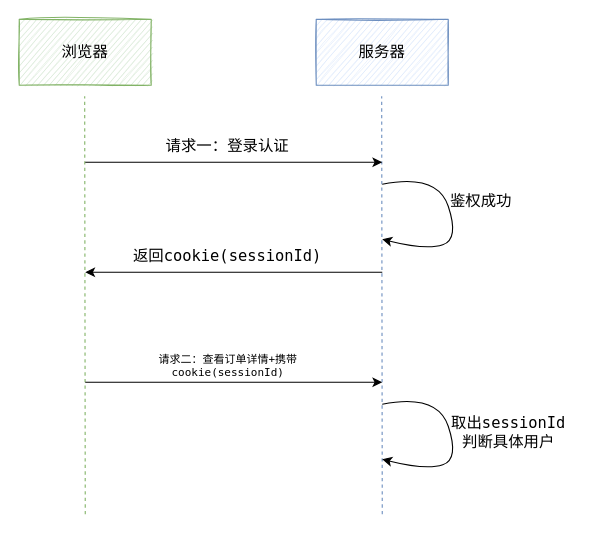
Earlier version of the draw.io diagram 未命名绘图.drawio (xiaochuang50/gittest). Source tidied: cells renumbered, new cells numbered last; positions are measured from the earlier drawing's top-left corner, leaving out a move shared by most shapes. Both pictures are drawn from the tidied source at 110%, with x=0, y=0 at pixel (19, 19).
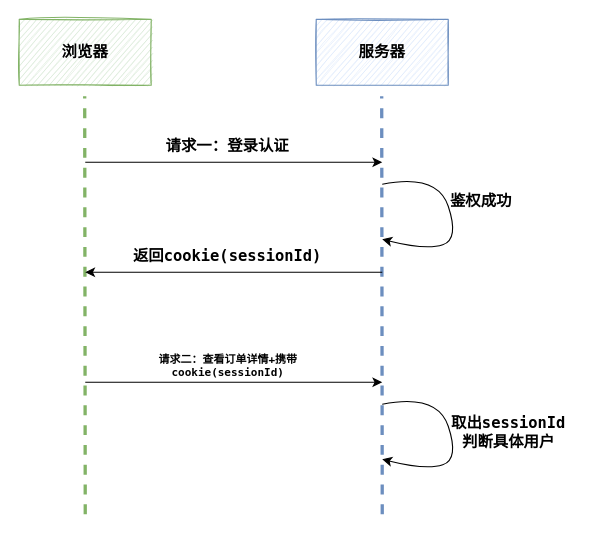
After the change.

Commit message (it also covers changes not shown here):
更新未命名绘图.drawio

Change to the diagram source:
```diff
@@
+    <mxCell id="16" style="group;fontStyle=1;" parent="1" vertex="1">
+      <mxGeometry width="500" height="450" as="geometry" />
+    </mxCell>
-    <mxCell id="2" value="浏览器" style="rounded=0;whiteSpace=wrap;html=1;fontFamily=Lucida Console;fillColor=#d5e8d4;strokeColor=#82b366;sketch=1;fontSize=14;" parent="1" vertex="1">
+    <mxCell id="2" value="浏览器" style="rounded=0;whiteSpace=wrap;html=1;fontFamily=Lucida Console;fillColor=#d5e8d4;strokeColor=#82b366;sketch=1;fontSize=14;fontStyle=1;" parent="16" vertex="1">
       <mxGeometry width="120" height="60" as="geometry" />
     </mxCell>
-    <mxCell id="3" style="endArrow=none;html=1;rounded=0;dashed=1;fontFamily=Lucida Console;fillColor=#d5e8d4;strokeColor=#82b366;fontSize=14;" parent="1" edge="1">
+    <mxCell id="3" style="endArrow=none;html=1;rounded=0;dashed=1;fontFamily=Lucida Console;fillColor=#d5e8d4;strokeColor=#82b366;fontSize=14;fontStyle=1;strokeWidth=3;" parent="16" edge="1">
       <mxGeometry relative="1" as="geometry">
         <mxPoint x="60" y="450" as="sourcePoint" />
         <mxPoint x="59.5" y="70" as="targetPoint" />
       </mxGeometry>
     </mxCell>
-    <mxCell id="4" value="服务器" style="rounded=0;whiteSpace=wrap;html=1;fontFamily=Lucida Console;fillColor=#dae8fc;strokeColor=#6c8ebf;sketch=1;fontSize=14;" parent="1" vertex="1">
+    <mxCell id="4" value="服务器" style="rounded=0;whiteSpace=wrap;html=1;fontFamily=Lucida Console;fillColor=#dae8fc;strokeColor=#6c8ebf;sketch=1;fontSize=14;fontStyle=1;" parent="16" vertex="1">
       <mxGeometry x="270" width="120" height="60" as="geometry" />
     </mxCell>
-    <mxCell id="5" style="endArrow=none;html=1;rounded=0;dashed=1;fontFamily=Lucida Console;fillColor=#dae8fc;strokeColor=#6c8ebf;fontSize=14;" parent="1" edge="1">
+    <mxCell id="5" style="endArrow=none;html=1;rounded=0;dashed=1;fontFamily=Lucida Console;fillColor=#dae8fc;strokeColor=#6c8ebf;fontSize=14;fontStyle=1;strokeWidth=3;" parent="16" edge="1">
       <mxGeometry relative="1" as="geometry">
         <mxPoint x="330" y="450" as="sourcePoint" />
         <mxPoint x="329.5" y="70" as="targetPoint" />
       </mxGeometry>
     </mxCell>
-    <mxCell id="6" style="endArrow=classic;html=1;rounded=0;targetPerimeterSpacing=0;startArrow=none;startFill=0;endFill=1;fontFamily=Lucida Console;fontSize=14;" parent="1" edge="1">
+    <mxCell id="6" style="endArrow=classic;html=1;rounded=0;targetPerimeterSpacing=0;startArrow=none;startFill=0;endFill=1;fontFamily=Lucida Console;fontSize=14;fontStyle=1;" parent="16" edge="1">
       <mxGeometry relative="1" as="geometry">
         <mxPoint x="60" y="130" as="sourcePoint" />
         <mxPoint x="330" y="130" as="targetPoint" />
       </mxGeometry>
     </mxCell>
-    <mxCell id="7" style="endArrow=none;html=1;rounded=0;targetPerimeterSpacing=0;startArrow=classic;startFill=1;endFill=0;fontFamily=Lucida Console;fontSize=14;" parent="1" edge="1">
+    <mxCell id="7" style="endArrow=none;html=1;rounded=0;targetPerimeterSpacing=0;startArrow=classic;startFill=1;endFill=0;fontFamily=Lucida Console;fontSize=14;fontStyle=1;" parent="16" edge="1">
       <mxGeometry relative="1" as="geometry">
         <mxPoint x="60" y="230" as="sourcePoint" />
         <mxPoint x="330" y="230" as="targetPoint" />
       </mxGeometry>
     </mxCell>
-    <mxCell id="8" style="endArrow=classic;html=1;rounded=0;targetPerimeterSpacing=0;startArrow=none;startFill=0;endFill=1;fontFamily=Lucida Console;fontSize=14;" parent="1" edge="1">
+    <mxCell id="8" style="endArrow=classic;html=1;rounded=0;targetPerimeterSpacing=0;startArrow=none;startFill=0;endFill=1;fontFamily=Lucida Console;fontSize=14;fontStyle=1;" parent="16" edge="1">
       <mxGeometry relative="1" as="geometry">
         <mxPoint x="60" y="330" as="sourcePoint" />
         <mxPoint x="330" y="330" as="targetPoint" />
       </mxGeometry>
     </mxCell>
-    <mxCell id="9" value="请求一：登录认证" style="text;html=1;strokeColor=none;fillColor=none;align=center;verticalAlign=middle;whiteSpace=wrap;rounded=0;fontFamily=Lucida Console;fontSize=14;" parent="1" vertex="1">
+    <mxCell id="9" value="请求一：登录认证" style="text;html=1;strokeColor=none;fillColor=none;align=center;verticalAlign=middle;whiteSpace=wrap;rounded=0;fontFamily=Lucida Console;fontSize=14;fontStyle=1;" parent="16" vertex="1">
       <mxGeometry x="130" y="100" width="119" height="30" as="geometry" />
     </mxCell>
-    <mxCell id="10" value="返回cookie(sessionId)" style="text;html=1;strokeColor=none;fillColor=none;align=center;verticalAlign=middle;whiteSpace=wrap;rounded=0;fontFamily=Lucida Console;fontSize=14;" parent="1" vertex="1">
+    <mxCell id="10" value="返回cookie(sessionId)" style="text;html=1;strokeColor=none;fillColor=none;align=center;verticalAlign=middle;whiteSpace=wrap;rounded=0;fontFamily=Lucida Console;fontSize=14;fontStyle=1;" parent="16" vertex="1">
       <mxGeometry x="94" y="200" width="191" height="30" as="geometry" />
     </mxCell>
-    <mxCell id="11" value="请求二：查看订单详情+携带cookie(sessionId)" style="text;html=1;strokeColor=none;fillColor=none;align=center;verticalAlign=middle;whiteSpace=wrap;rounded=0;fontFamily=Lucida Console;fontSize=10;" parent="1" vertex="1">
+    <mxCell id="11" value="请求二：查看订单详情+携带cookie(sessionId)" style="text;html=1;strokeColor=none;fillColor=none;align=center;verticalAlign=middle;whiteSpace=wrap;rounded=0;fontFamily=Lucida Console;fontSize=10;fontStyle=1;" parent="16" vertex="1">
       <mxGeometry x="74.5" y="300" width="230" height="30" as="geometry" />
     </mxCell>
-    <mxCell id="12" style="curved=1;endArrow=classic;html=1;rounded=0;targetPerimeterSpacing=0;fontFamily=Lucida Console;fontSize=14;" parent="1" edge="1">
+    <mxCell id="12" style="curved=1;endArrow=classic;html=1;rounded=0;targetPerimeterSpacing=0;fontFamily=Lucida Console;fontSize=14;fontStyle=1;" parent="16" edge="1">
       <mxGeometry relative="1" as="geometry">
         <mxPoint x="330" y="150" as="sourcePoint" />
         <mxPoint x="330" y="200" as="targetPoint" />
         <Array as="points">
           <mxPoint x="380" y="140" />
           <mxPoint x="400" y="200" />
           <mxPoint x="370" y="210" />
         </Array>
       </mxGeometry>
     </mxCell>
-    <mxCell id="13" value="鉴权成功" style="text;html=1;strokeColor=none;fillColor=none;align=center;verticalAlign=middle;whiteSpace=wrap;rounded=0;fontFamily=Lucida Console;fontSize=14;" parent="1" vertex="1">
+    <mxCell id="13" value="鉴权成功" style="text;html=1;strokeColor=none;fillColor=none;align=center;verticalAlign=middle;whiteSpace=wrap;rounded=0;fontFamily=Lucida Console;fontSize=14;fontStyle=1;" parent="16" vertex="1">
       <mxGeometry x="390" y="150" width="60" height="30" as="geometry" />
     </mxCell>
-    <mxCell id="14" style="curved=1;endArrow=classic;html=1;rounded=0;targetPerimeterSpacing=0;fontFamily=Lucida Console;fontSize=14;" parent="1" edge="1">
+    <mxCell id="14" style="curved=1;endArrow=classic;html=1;rounded=0;targetPerimeterSpacing=0;fontFamily=Lucida Console;fontSize=14;fontStyle=1;" parent="16" edge="1">
       <mxGeometry relative="1" as="geometry">
         <mxPoint x="330" y="350" as="sourcePoint" />
         <mxPoint x="330" y="400" as="targetPoint" />
         <Array as="points">
           <mxPoint x="380" y="340" />
           <mxPoint x="400" y="400" />
           <mxPoint x="370" y="410" />
         </Array>
       </mxGeometry>
     </mxCell>
-    <mxCell id="15" value="取出sessionId&lt;br style=&quot;font-size: 14px;&quot;&gt;判断具体用户" style="text;html=1;strokeColor=none;fillColor=none;align=center;verticalAlign=middle;whiteSpace=wrap;rounded=0;fontFamily=Lucida Console;fontSize=14;" parent="1" vertex="1">
+    <mxCell id="15" value="取出sessionId&lt;br style=&quot;font-size: 14px;&quot;&gt;判断具体用户" style="text;html=1;strokeColor=none;fillColor=none;align=center;verticalAlign=middle;whiteSpace=wrap;rounded=0;fontFamily=Lucida Console;fontSize=14;fontStyle=1;" parent="16" vertex="1">
       <mxGeometry x="390" y="360" width="110" height="30" as="geometry" />
     </mxCell>
```
